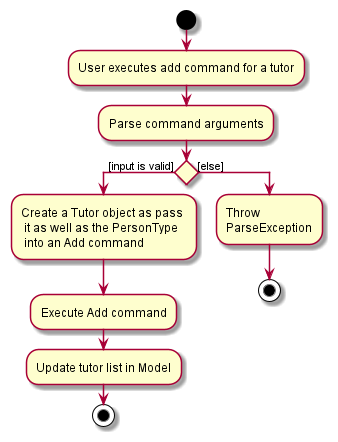
The PlantUML diagram docs/images/AddCommandActivityDiagram.png in tenebrius1/tp, before a commit.
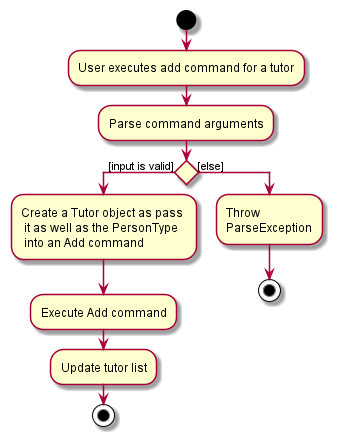
Later version of the same file.

Diff of the diagram source:
```diff
@@ -6,7 +6,7 @@
 if () then ([input is valid])
 :Create a Tutor object as pass \n it as well as the PersonType \n into an Add command;
     :Execute Add command;
-    :Update tutor list in Model;
+    :Update tutor list;
     stop
 else ([else])
 :Throw \nParseException;
```
